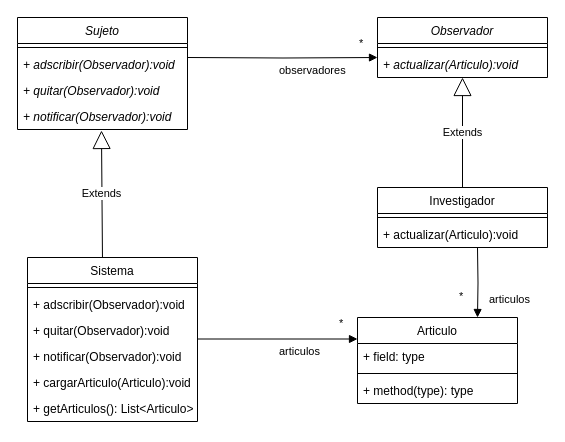
nhubczyk/Diagramas-UML keeps this draw.io diagram as unq-po2-Observer-Publicaciones.drawio. Above is the earlier version. Source tidied: cells renumbered, new cells numbered last; positions are measured from the earlier drawing's top-left corner, leaving out a move shared by most shapes. Both pictures are drawn from the tidied source at 100%, with x=0, y=0 at pixel (17, 17).
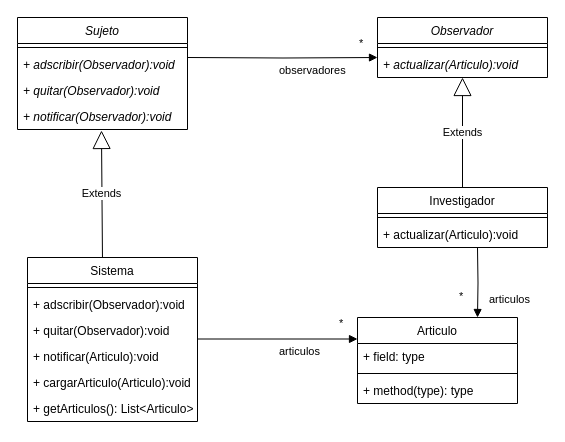
The same diagram, later.

The change refers to these unchanged cells:
```xml
<mxCell id="7" value="Sistema" style="swimlane;fontStyle=0;align=center;verticalAlign=top;horizontal=1;startSize=26;" parent="1" vertex="1">
  <mxGeometry x="10" y="240" width="170" height="164" as="geometry" />
</mxCell>
```

Change to the diagram source:
```diff
@@
-    <mxCell id="11" value="+ notificar(Observador):void" style="text;strokeColor=none;fillColor=none;align=left;verticalAlign=top;spacingLeft=4;spacingRight=4;overflow=hidden;" parent="7" vertex="1">
+    <mxCell id="11" value="+ notificar(Articulo):void" style="text;strokeColor=none;fillColor=none;align=left;verticalAlign=top;spacingLeft=4;spacingRight=4;overflow=hidden;" parent="7" vertex="1">
       <mxGeometry y="86" width="170" height="26" as="geometry" />
     </mxCell>
```
